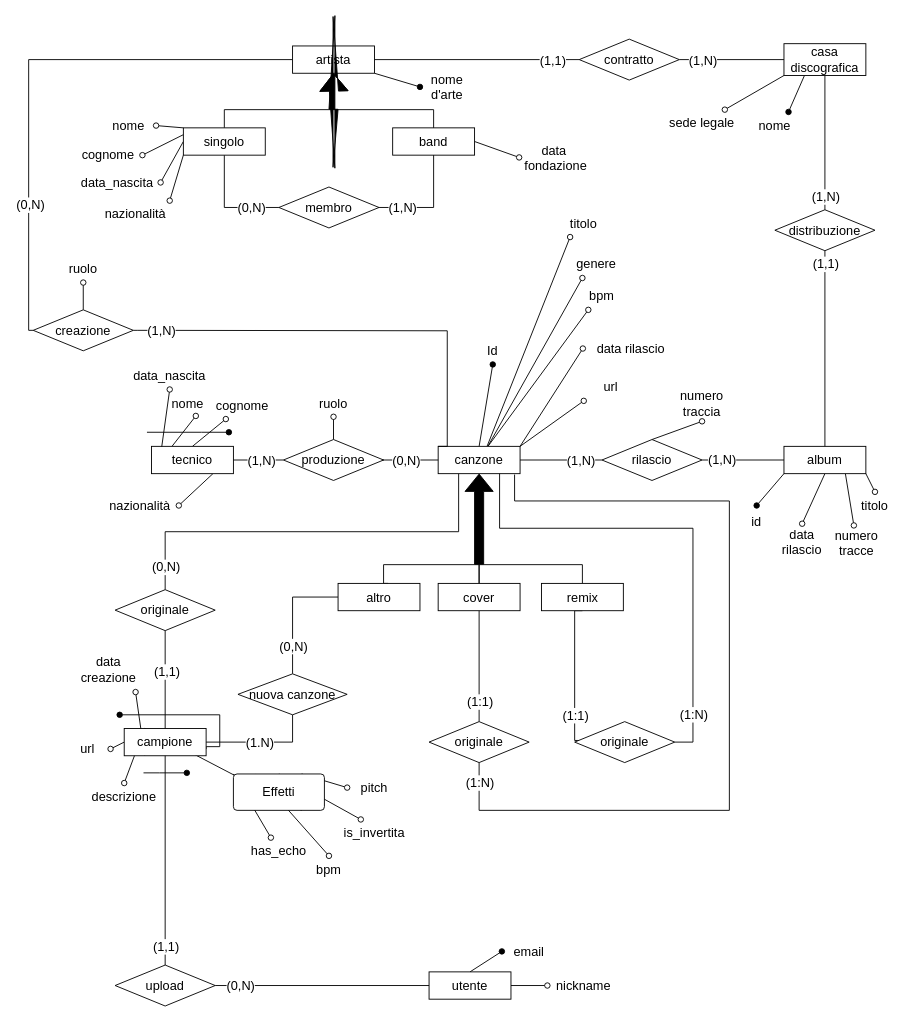
Before: diagramma logico.drawio in Stef4noo/materiale-progetto-basi, a draw.io diagram. Source tidied: cells renumbered, new cells numbered last; positions are measured from the earlier drawing's top-left corner, leaving out a move shared by most shapes. Both pictures are drawn from the tidied source at 91%, with x=0, y=0 at pixel (28, 38).
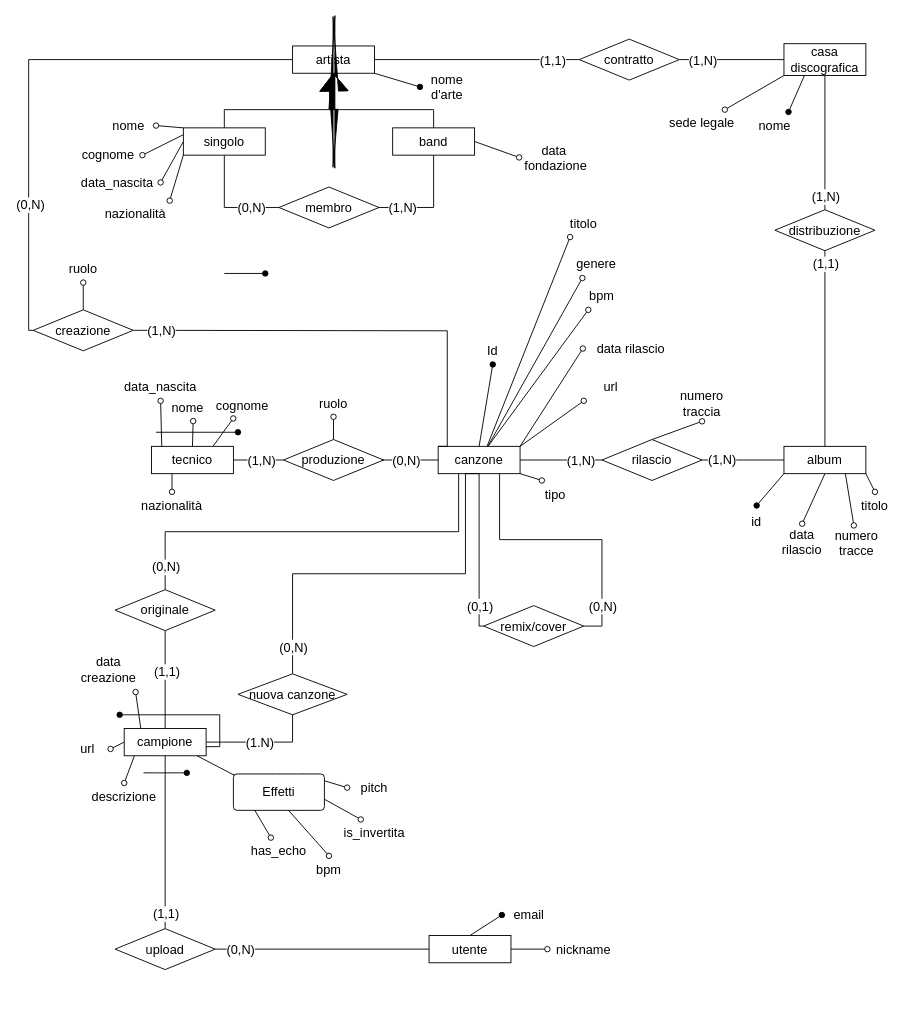
The same page after the edit.

The change refers to these unchanged cells:
```xml
<mxCell id="10" value="canzone" style="whiteSpace=wrap;html=1;align=center;labelBackgroundColor=none;fontSize=14;" parent="1" vertex="1">
  <mxGeometry x="450" y="448" width="90" height="30" as="geometry" />
</mxCell>
<mxCell id="21" value="campione" style="whiteSpace=wrap;html=1;align=center;labelBackgroundColor=none;fontSize=14;" parent="1" vertex="1">
  <mxGeometry x="105" y="758" width="90" height="30" as="geometry" />
</mxCell>
<mxCell id="29" value="band" style="whiteSpace=wrap;html=1;align=center;labelBackgroundColor=none;fontSize=14;" parent="1" vertex="1">
  <mxGeometry x="400" y="98" width="90" height="30" as="geometry" />
</mxCell>
<mxCell id="35" value="nuova canzone" style="shape=rhombus;perimeter=rhombusPerimeter;whiteSpace=wrap;html=1;align=center;labelBackgroundColor=none;fontSize=14;" parent="1" vertex="1">
  <mxGeometry x="230" y="698" width="120" height="45" as="geometry" />
</mxCell>
<mxCell id="62" value="tecnico" style="whiteSpace=wrap;html=1;align=center;labelBackgroundColor=none;fontSize=14;" parent="1" vertex="1">
  <mxGeometry x="135" y="448" width="90" height="30" as="geometry" />
</mxCell>
<mxCell id="94" value="cognome" style="text;html=1;whiteSpace=wrap;strokeColor=none;fillColor=none;align=center;verticalAlign=middle;rounded=0;fontSize=14;" parent="1" vertex="1">
  <mxGeometry x="205" y="388" width="60" height="30" as="geometry" />
</mxCell>
<mxCell id="146" value="&lt;div&gt;data&amp;nbsp;&lt;/div&gt;&lt;div&gt;fondazione&lt;/div&gt;" style="text;html=1;whiteSpace=wrap;strokeColor=none;fillColor=none;align=center;verticalAlign=middle;rounded=0;fontSize=14;" parent="1" vertex="1">
  <mxGeometry x="539" y="110.5" width="81" height="40" as="geometry" />
</mxCell>
```

What changed in the source:
```diff
@@
-    <mxCell id="9" style="rounded=0;jettySize=auto;html=1;exitX=1;exitY=0;exitDx=0;exitDy=0;entryX=0;entryY=1;entryDx=0;entryDy=0;endArrow=oval;endFill=0;" parent="1" edge="1" source="10" target="145">
+    <mxCell id="9" style="rounded=0;jettySize=auto;html=1;exitX=1;exitY=0;exitDx=0;exitDy=0;entryX=0;entryY=1;entryDx=0;entryDy=0;endArrow=oval;endFill=0;fontSize=14;" parent="1" edge="1" source="10" target="145">
       <mxGeometry relative="1" as="geometry" />
     </mxCell>
+    <mxCell id="148" style="rounded=0;jettySize=auto;html=1;exitX=1;exitY=1;exitDx=0;exitDy=0;entryX=0.25;entryY=0;entryDx=0;entryDy=0;endArrow=oval;endFill=0;fontSize=14;" parent="1" edge="1" source="10" target="152">
+      <mxGeometry relative="1" as="geometry" />
+    </mxCell>
+    <mxCell id="149" style="edgeStyle=orthogonalEdgeStyle;rounded=0;jettySize=auto;html=1;exitX=0.5;exitY=1;exitDx=0;exitDy=0;entryX=0;entryY=0.5;entryDx=0;entryDy=0;endArrow=none;endFill=0;fontSize=14;" parent="1" edge="1" source="10" target="139">
+      <mxGeometry relative="1" as="geometry">
+        <Array as="points">
+          <mxPoint x="495" y="646" />
+        </Array>
+      </mxGeometry>
+    </mxCell>
+    <mxCell id="150" value="(0,1)" style="edgeLabel;html=1;align=center;verticalAlign=middle;fontSize=14;" parent="149" vertex="1">
+      <mxGeometry x="0.68" y="3" relative="1" as="geometry">
+        <mxPoint x="-3" as="offset" />
+      </mxGeometry>
+    </mxCell>
+    <mxCell id="151" style="edgeStyle=orthogonalEdgeStyle;rounded=0;jettySize=auto;html=1;exitX=0.75;exitY=1;exitDx=0;exitDy=0;entryX=1;entryY=0.5;entryDx=0;entryDy=0;endArrow=none;endFill=0;fontSize=14;" parent="1" edge="1" source="10" target="139">
+      <mxGeometry relative="1" as="geometry" />
+    </mxCell>
@@
-    <mxCell id="20" style="edgeStyle=orthogonalEdgeStyle;rounded=0;jettySize=auto;html=1;exitX=1;exitY=0.75;exitDx=0;exitDy=0;endArrow=oval;endFill=1;" parent="1" edge="1" source="21">
+    <mxCell id="20" style="edgeStyle=orthogonalEdgeStyle;rounded=0;jettySize=auto;html=1;exitX=1;exitY=0.75;exitDx=0;exitDy=0;endArrow=oval;endFill=1;fontSize=14;" parent="1" edge="1" source="21">
       <mxGeometry relative="1" as="geometry">
         <mxPoint x="100" y="743" as="targetPoint" />
         <Array as="points">
           <mxPoint x="195" y="778" />
           <mxPoint x="210" y="778" />
           <mxPoint x="210" y="743" />
         </Array>
       </mxGeometry>
     </mxCell>
@@
-    <mxCell id="28" style="rounded=0;jettySize=auto;html=1;exitX=1;exitY=0.5;exitDx=0;exitDy=0;entryX=0;entryY=0.5;entryDx=0;entryDy=0;endArrow=oval;endFill=0;" parent="1" edge="1" source="29" target="146">
+    <mxCell id="28" style="rounded=0;jettySize=auto;html=1;exitX=1;exitY=0.5;exitDx=0;exitDy=0;entryX=0;entryY=0.5;entryDx=0;entryDy=0;endArrow=oval;endFill=0;fontSize=14;" parent="1" edge="1" source="29" target="146">
       <mxGeometry relative="1" as="geometry" />
     </mxCell>
@@
-    <mxCell id="33" style="edgeStyle=orthogonalEdgeStyle;rounded=0;jettySize=auto;html=1;exitX=0.5;exitY=0;exitDx=0;exitDy=0;entryX=0;entryY=0.5;entryDx=0;entryDy=0;endArrow=none;endFill=0;fontSize=14;" parent="1" edge="1" source="35" target="135">
-      <mxGeometry relative="1" as="geometry" />
+    <mxCell id="33" style="edgeStyle=orthogonalEdgeStyle;rounded=0;jettySize=auto;html=1;exitX=0.5;exitY=0;exitDx=0;exitDy=0;entryX=0.5;entryY=1;entryDx=0;entryDy=0;endArrow=none;endFill=0;fontSize=14;" parent="1" edge="1" source="35" target="10">
+      <mxGeometry relative="1" as="geometry">
+        <Array as="points">
+          <mxPoint x="290" y="588" />
+          <mxPoint x="480" y="588" />
+          <mxPoint x="480" y="478" />
+        </Array>
+      </mxGeometry>
     </mxCell>
     <mxCell id="34" value="(0,N)" style="edgeLabel;html=1;align=center;verticalAlign=middle;fontSize=14;" parent="33" vertex="1">
-      <mxGeometry x="-0.54" relative="1" as="geometry" />
+      <mxGeometry x="-0.54" relative="1" as="geometry">
+        <mxPoint y="68" as="offset" />
+      </mxGeometry>
     </mxCell>
@@
     <mxCell id="38" value="utente" style="whiteSpace=wrap;html=1;align=center;labelBackgroundColor=none;fontSize=14;" parent="1" vertex="1">
-      <mxGeometry x="440" y="1025.5" width="90" height="30" as="geometry" />
+      <mxGeometry x="440" y="985.5" width="90" height="30" as="geometry" />
     </mxCell>
@@
     <mxCell id="43" value="upload" style="shape=rhombus;perimeter=rhombusPerimeter;whiteSpace=wrap;html=1;align=center;labelBackgroundColor=none;fontSize=14;" parent="1" vertex="1">
-      <mxGeometry x="95" y="1018" width="110" height="45" as="geometry" />
+      <mxGeometry x="95" y="978" width="110" height="45" as="geometry" />
     </mxCell>
@@
-    <mxCell id="59" style="rounded=0;jettySize=auto;html=1;exitX=0.75;exitY=1;exitDx=0;exitDy=0;endArrow=oval;endFill=0;entryX=1;entryY=0.5;entryDx=0;entryDy=0;fontSize=14;" parent="1" edge="1" source="62" target="91">
+    <mxCell id="59" style="rounded=0;jettySize=auto;html=1;exitX=0.25;exitY=1;exitDx=0;exitDy=0;endArrow=oval;endFill=0;entryX=0.5;entryY=0;entryDx=0;entryDy=0;fontSize=14;" parent="1" edge="1" source="62" target="91">
       <mxGeometry relative="1" as="geometry" />
     </mxCell>
-    <mxCell id="60" style="rounded=0;jettySize=auto;html=1;exitX=0.5;exitY=0;exitDx=0;exitDy=0;endArrow=oval;endFill=0;fontSize=14;" parent="1" edge="1" source="62" target="94">
+    <mxCell id="60" style="rounded=0;jettySize=auto;html=1;exitX=0.75;exitY=0;exitDx=0;exitDy=0;endArrow=oval;endFill=0;fontSize=14;entryX=0.33;entryY=0.978;entryDx=0;entryDy=0;entryPerimeter=0;" parent="1" edge="1" source="62" target="94">
       <mxGeometry relative="1" as="geometry" />
     </mxCell>
-    <mxCell id="61" style="rounded=0;jettySize=auto;html=1;exitX=0.25;exitY=0;exitDx=0;exitDy=0;endArrow=oval;endFill=0;entryX=0.645;entryY=0.969;entryDx=0;entryDy=0;entryPerimeter=0;fontSize=14;" parent="1" edge="1" source="62" target="93">
+    <mxCell id="61" style="rounded=0;jettySize=auto;html=1;exitX=0.5;exitY=0;exitDx=0;exitDy=0;endArrow=oval;endFill=0;fontSize=14;entryX=0.596;entryY=0.991;entryDx=0;entryDy=0;entryPerimeter=0;" parent="1" edge="1" source="62" target="93">
       <mxGeometry relative="1" as="geometry" />
     </mxCell>
@@
     <mxCell id="91" value="nazionalità" style="text;html=1;whiteSpace=wrap;strokeColor=none;fillColor=none;align=center;verticalAlign=middle;rounded=0;fontSize=14;" parent="1" vertex="1">
-      <mxGeometry x="80" y="498" width="85" height="30" as="geometry" />
+      <mxGeometry x="115" y="498" width="85" height="30" as="geometry" />
     </mxCell>
     <mxCell id="92" value="data_nascita" style="text;html=1;whiteSpace=wrap;strokeColor=none;fillColor=none;align=center;verticalAlign=middle;rounded=0;fontSize=14;" parent="1" vertex="1">
-      <mxGeometry x="115" y="355.5" width="80" height="30" as="geometry" />
+      <mxGeometry x="105" y="368" width="80" height="30" as="geometry" />
     </mxCell>
     <mxCell id="93" value="nome" style="text;html=1;whiteSpace=wrap;strokeColor=none;fillColor=none;align=center;verticalAlign=middle;rounded=0;fontSize=14;" parent="1" vertex="1">
-      <mxGeometry x="145" y="385.5" width="60" height="30" as="geometry" />
+      <mxGeometry x="145" y="390.5" width="60" height="30" as="geometry" />
     </mxCell>
@@
     <mxCell id="106" value="nickname" style="text;html=1;whiteSpace=wrap;strokeColor=none;fillColor=none;align=center;verticalAlign=middle;rounded=0;fontSize=14;" parent="1" vertex="1">
-      <mxGeometry x="570" y="1025.5" width="80" height="30" as="geometry" />
+      <mxGeometry x="570" y="985.5" width="80" height="30" as="geometry" />
     </mxCell>
     <mxCell id="107" value="email" style="text;html=1;whiteSpace=wrap;strokeColor=none;fillColor=none;align=center;verticalAlign=middle;rounded=0;fontSize=14;" parent="1" vertex="1">
-      <mxGeometry x="520" y="988" width="60" height="30" as="geometry" />
+      <mxGeometry x="520" y="948" width="60" height="30" as="geometry" />
     </mxCell>
@@
     <mxCell id="115" style="edgeStyle=orthogonalEdgeStyle;rounded=0;orthogonalLoop=1;jettySize=auto;html=1;startArrow=oval;startFill=1;endArrow=none;endFill=0;fontSize=14;" parent="1" edge="1">
       <mxGeometry relative="1" as="geometry">
-        <mxPoint x="220" y="432.5" as="sourcePoint" />
-        <mxPoint x="130" y="432.5" as="targetPoint" />
+        <mxPoint x="230" y="432.5" as="sourcePoint" />
+        <mxPoint x="140" y="432.5" as="targetPoint" />
         <Array as="points">
-          <mxPoint x="190" y="432.8" />
-          <mxPoint x="110" y="432.8" />
+          <mxPoint x="200" y="432.8" />
+          <mxPoint x="120" y="432.8" />
         </Array>
       </mxGeometry>
     </mxCell>
@@
-    <mxCell id="127" style="edgeStyle=orthogonalEdgeStyle;rounded=0;jettySize=auto;html=1;exitX=0.5;exitY=1;exitDx=0;exitDy=0;fontSize=14;endArrow=none;endFill=0;" parent="1" edge="1" source="130" target="136">
-      <mxGeometry relative="1" as="geometry" />
-    </mxCell>
-    <mxCell id="128" value="(1:1)" style="edgeLabel;html=1;align=center;verticalAlign=middle;fontSize=14;" parent="127" vertex="1">
-      <mxGeometry x="-0.63" y="1" relative="1" as="geometry">
-        <mxPoint x="-1" y="77" as="offset" />
-      </mxGeometry>
-    </mxCell>
-    <mxCell id="129" style="edgeStyle=orthogonalEdgeStyle;rounded=0;jettySize=auto;html=1;exitX=0.5;exitY=0;exitDx=0;exitDy=0;entryX=0.5;entryY=0;entryDx=0;entryDy=0;endArrow=none;endFill=0;fontSize=14;" parent="1" edge="1" source="130" target="133">
-      <mxGeometry relative="1" as="geometry">
-        <Array as="points">
-          <mxPoint x="495" y="578" />
-          <mxPoint x="608" y="578" />
-        </Array>
-      </mxGeometry>
-    </mxCell>
-    <mxCell id="130" value="cover" style="whiteSpace=wrap;html=1;align=center;labelBackgroundColor=none;fontSize=14;" parent="1" vertex="1">
-      <mxGeometry x="450" y="598.6" width="90" height="30" as="geometry" />
-    </mxCell>
-    <mxCell id="131" style="edgeStyle=orthogonalEdgeStyle;rounded=0;jettySize=auto;html=1;exitX=0.5;exitY=1;exitDx=0;exitDy=0;entryX=0.091;entryY=0.461;entryDx=0;entryDy=0;fontSize=14;endArrow=none;endFill=0;entryPerimeter=0;" parent="1" edge="1" source="133" target="139">
-      <mxGeometry relative="1" as="geometry">
-        <Array as="points">
-          <mxPoint x="600" y="629" />
-          <mxPoint x="600" y="771" />
-        </Array>
-      </mxGeometry>
-    </mxCell>
-    <mxCell id="132" value="(1:1)" style="edgeLabel;html=1;align=center;verticalAlign=middle;fontSize=14;" parent="131" vertex="1">
-      <mxGeometry x="-0.59" y="2" relative="1" as="geometry">
-        <mxPoint x="-2" y="90" as="offset" />
-      </mxGeometry>
-    </mxCell>
-    <mxCell id="133" value="remix" style="whiteSpace=wrap;html=1;align=center;labelBackgroundColor=none;fontSize=14;" parent="1" vertex="1">
-      <mxGeometry x="563.5" y="598.6" width="90" height="30" as="geometry" />
-    </mxCell>
-    <mxCell id="134" style="edgeStyle=orthogonalEdgeStyle;rounded=0;jettySize=auto;html=1;exitX=0.5;exitY=0;exitDx=0;exitDy=0;entryX=0.5;entryY=0;entryDx=0;entryDy=0;endArrow=none;endFill=0;fontSize=14;" parent="1" edge="1" target="130">
-      <mxGeometry relative="1" as="geometry">
-        <mxPoint x="395" y="598.6" as="sourcePoint" />
-        <Array as="points">
-          <mxPoint x="390" y="599" />
-          <mxPoint x="390" y="578" />
-          <mxPoint x="495" y="578" />
-        </Array>
-      </mxGeometry>
-    </mxCell>
-    <mxCell id="135" value="altro" style="whiteSpace=wrap;html=1;align=center;labelBackgroundColor=none;fontSize=14;" parent="1" vertex="1">
-      <mxGeometry x="340" y="598.6" width="90" height="30" as="geometry" />
-    </mxCell>
-    <mxCell id="136" value="originale" style="shape=rhombus;perimeter=rhombusPerimeter;whiteSpace=wrap;html=1;align=center;labelBackgroundColor=none;fontSize=14;" parent="1" vertex="1">
-      <mxGeometry x="440" y="750.5" width="110" height="45" as="geometry" />
-    </mxCell>
-    <mxCell id="137" style="edgeStyle=orthogonalEdgeStyle;rounded=0;jettySize=auto;html=1;exitX=1;exitY=0.5;exitDx=0;exitDy=0;entryX=0.75;entryY=1;entryDx=0;entryDy=0;fontSize=14;endArrow=none;endFill=0;" parent="1" edge="1" source="139" target="10">
-      <mxGeometry relative="1" as="geometry">
-        <Array as="points">
-          <mxPoint x="730" y="773" />
-          <mxPoint x="730" y="538" />
-          <mxPoint x="518" y="538" />
-        </Array>
-      </mxGeometry>
-    </mxCell>
-    <mxCell id="138" value="(1:N)" style="edgeLabel;html=1;align=center;verticalAlign=middle;fontSize=14;" parent="137" vertex="1">
-      <mxGeometry x="-0.73" y="-2" relative="1" as="geometry">
-        <mxPoint x="-2" y="20" as="offset" />
-      </mxGeometry>
-    </mxCell>
-    <mxCell id="139" value="originale" style="shape=rhombus;perimeter=rhombusPerimeter;whiteSpace=wrap;html=1;align=center;labelBackgroundColor=none;fontSize=14;" parent="1" vertex="1">
-      <mxGeometry x="600" y="750.5" width="110" height="45" as="geometry" />
+    <mxCell id="139" value="remix/cover" style="shape=rhombus;perimeter=rhombusPerimeter;whiteSpace=wrap;html=1;align=center;labelBackgroundColor=none;fontSize=14;" parent="1" vertex="1">
+      <mxGeometry x="500" y="623" width="110" height="45" as="geometry" />
     </mxCell>
-    <mxCell id="140" style="edgeStyle=orthogonalEdgeStyle;rounded=0;jettySize=auto;html=1;exitX=0.5;exitY=1;exitDx=0;exitDy=0;entryX=0.933;entryY=1.033;entryDx=0;entryDy=0;entryPerimeter=0;fontSize=14;endArrow=none;endFill=0;" parent="1" edge="1" source="136" target="10">
-      <mxGeometry relative="1" as="geometry">
-        <Array as="points">
-          <mxPoint x="495" y="848" />
-          <mxPoint x="770" y="848" />
-          <mxPoint x="770" y="508" />
-          <mxPoint x="534" y="508" />
-        </Array>
-      </mxGeometry>
-    </mxCell>
-    <mxCell id="141" value="(1:N)" style="edgeLabel;html=1;align=center;verticalAlign=middle;fontSize=14;" parent="140" vertex="1">
-      <mxGeometry x="-0.94" relative="1" as="geometry">
-        <mxPoint y="-6" as="offset" />
-      </mxGeometry>
-    </mxCell>
-    <mxCell id="142" style="rounded=0;whiteSpace=wrap;html=1;fontSize=14;" parent="1" vertex="1">
-      <mxGeometry x="440" y="573.6" width="110" as="geometry" />
-    </mxCell>
-    <mxCell id="143" style="shape=flexArrow;endArrow=classic;html=1;rounded=0;entryX=0.5;entryY=1;entryDx=0;entryDy=0;fontSize=14;fillColor=light-dark(#000000,#FFFFFF);strokeColor=default;fillStyle=solid;" parent="1" edge="1" target="10">
-      <mxGeometry relative="1" as="geometry">
-        <mxPoint x="495" y="578" as="sourcePoint" />
-      </mxGeometry>
-    </mxCell>
@@
-    <mxCell id="145" value="&lt;font style=&quot;font-size: 14px;&quot;&gt;url&lt;/font&gt;" style="text;html=1;whiteSpace=wrap;strokeColor=none;fillColor=none;align=center;verticalAlign=middle;rounded=0;" parent="1" vertex="1">
+    <mxCell id="145" value="&lt;font&gt;url&lt;/font&gt;" style="text;html=1;whiteSpace=wrap;strokeColor=none;fillColor=none;align=center;verticalAlign=middle;rounded=0;fontSize=14;" parent="1" vertex="1">
       <mxGeometry x="610" y="368" width="60" height="30" as="geometry" />
     </mxCell>
@@
+    <mxCell id="152" value="&lt;font&gt;tipo&lt;/font&gt;" style="text;html=1;whiteSpace=wrap;strokeColor=none;fillColor=none;align=center;verticalAlign=middle;rounded=0;fontSize=14;" parent="1" vertex="1">
+      <mxGeometry x="549" y="485.5" width="60" height="30" as="geometry" />
+    </mxCell>
+    <mxCell id="153" value="(0,N)" style="edgeLabel;html=1;align=center;verticalAlign=middle;fontSize=14;" parent="1" vertex="1">
+      <mxGeometry x="630" y="623" as="geometry" />
+    </mxCell>
+    <mxCell id="154" style="rounded=0;orthogonalLoop=1;jettySize=auto;html=1;startArrow=oval;startFill=1;endArrow=none;endFill=0;fontSize=14;" parent="1" edge="1">
+      <mxGeometry relative="1" as="geometry">
+        <mxPoint x="260" y="258" as="sourcePoint" />
+        <mxPoint x="215" y="258" as="targetPoint" />
+      </mxGeometry>
+    </mxCell>
```
